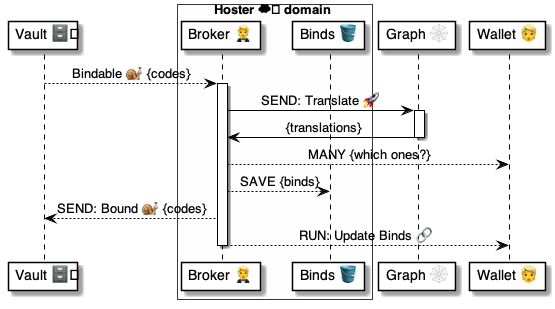
Earlier version of the PlantUML export 4 ⚙️ Solution/20 🧑‍🦰 UI/Brokers 🤵/🤵🅰️ Broker methods/Binds 🔗 Bindable 🗄️🐌🤵/🤵 Bindable ⚙️ uml.png (pollyweb-org/pollyweb-docs). Its source is kept beside it as 4 ⚙️ Solution/20 🧑‍🦰 UI/Brokers 🤵/🤵🅰️ Broker methods/Binds 🔗 Bindable 🗄️🐌🤵/🤵 Bindable ⚙️ uml.puml.
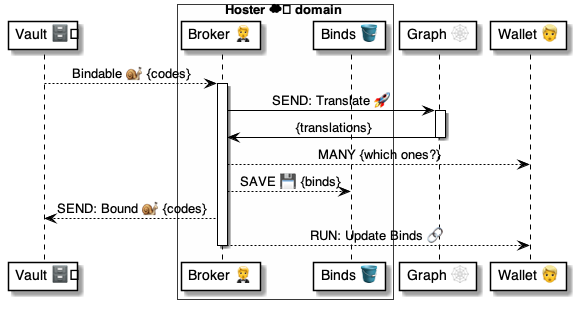
Above is the later version.

What changed in the source:
```diff
@@ -23,7 +23,7 @@
         deactivate
 
         broker --> wallet: MANY {which ones?}
-        broker --> itemizer: SAVE {binds}
+        broker --> itemizer: SAVE 💾 {binds}
 
         broker --> vault: SEND: Bound 🐌 {codes}
         broker --> wallet: RUN: Update Binds 🔗
```
